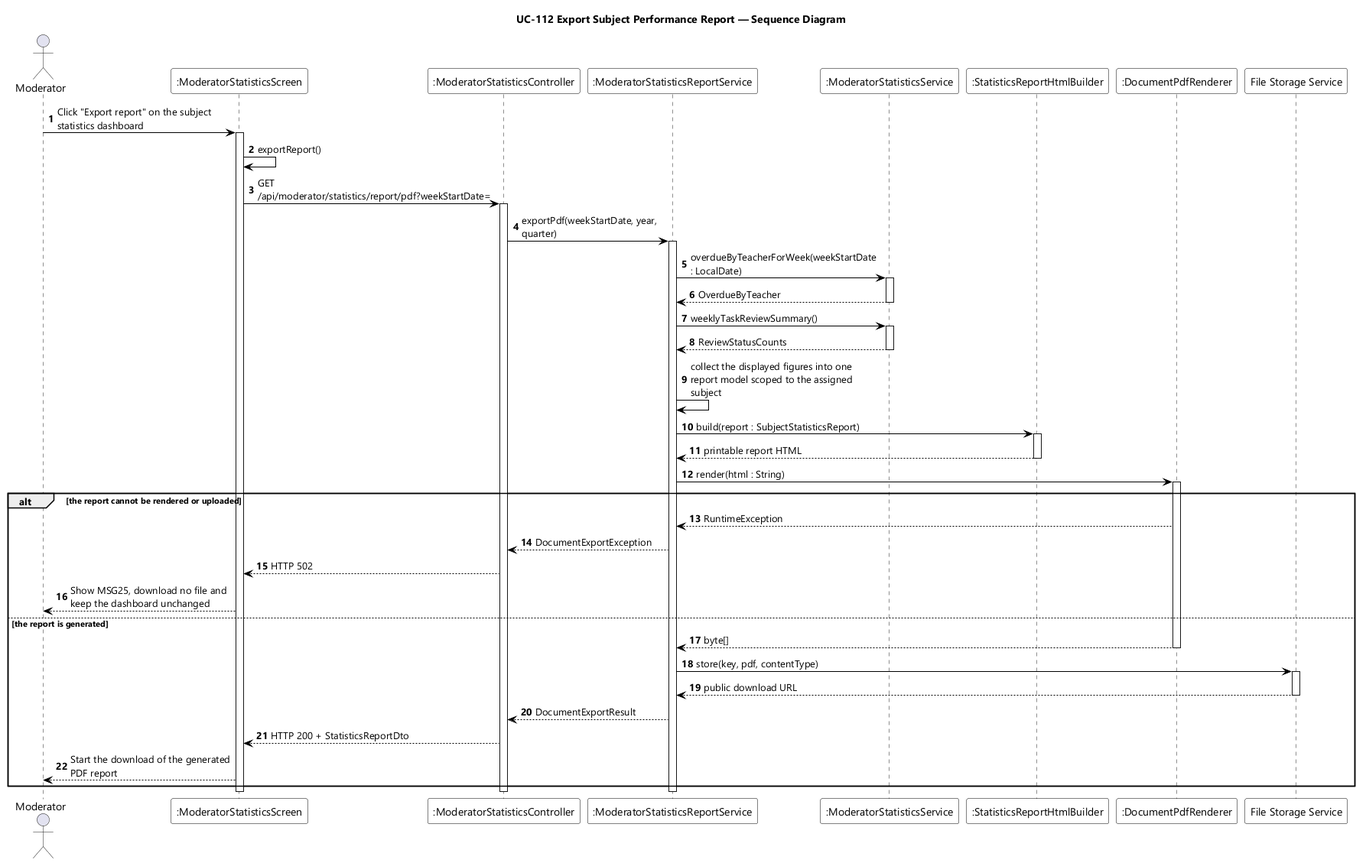
This is designs/sds-diagrams/uc112/uc112-sequence-diagram.png from EduA-system/EduA-system, a PlantUML export, as it was before one commit.
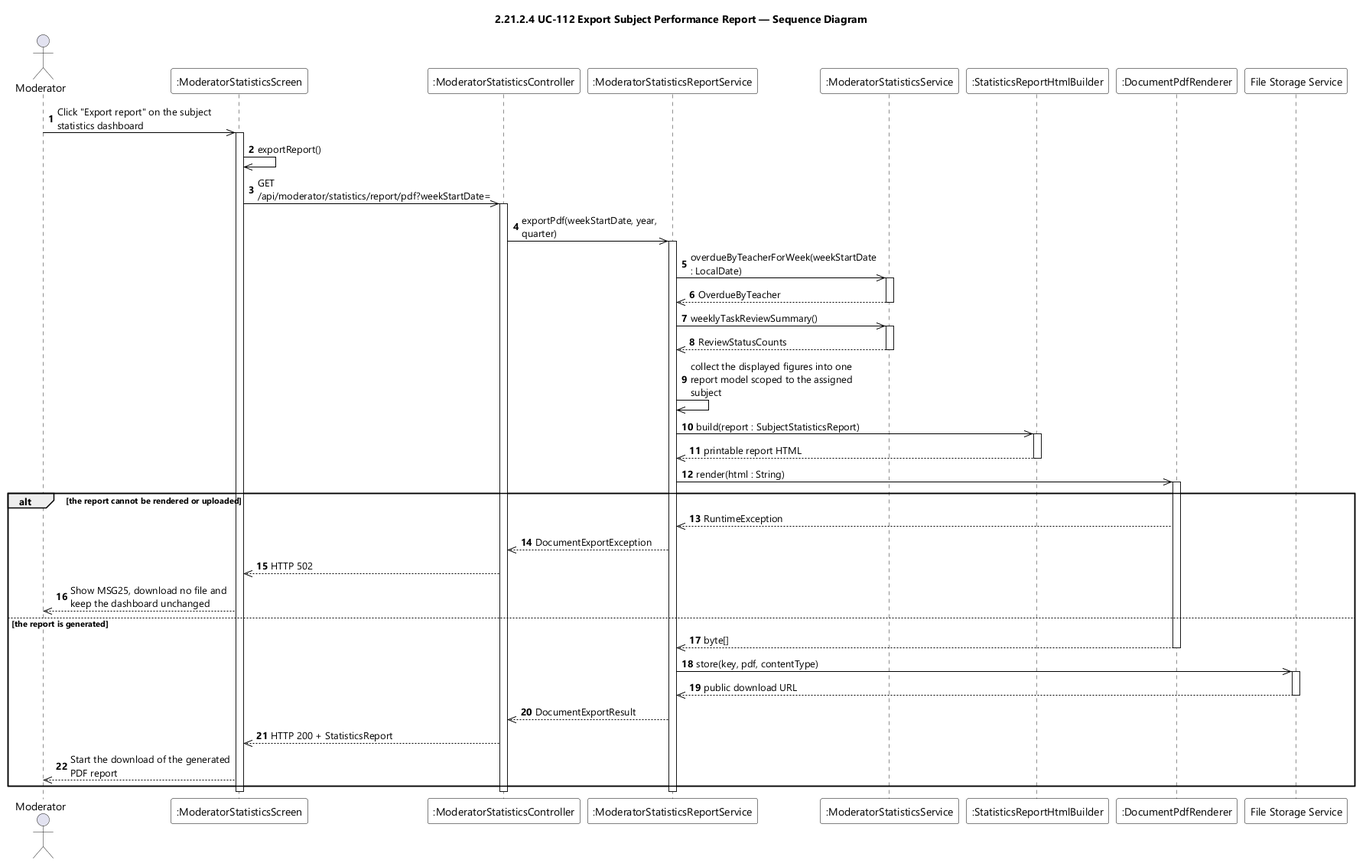
Later version of the same file.

The edit, as a diff of the source:
```diff
@@ -9,7 +9,7 @@
 skinparam ArrowColor #000000
 skinparam sequenceMessageAlign left
 skinparam maxMessageSize 220
-title UC-112 Export Subject Performance Report — Sequence Diagram
+title 2.21.2.4 UC-112 Export Subject Performance Report — Sequence Diagram
 
 actor Moderator
 participant ":ModeratorStatisticsScreen" as UI
@@ -21,44 +21,44 @@
 participant "File Storage Service" as STORE
 
 autonumber
-Moderator -> UI : Click "Export report" on the subject statistics dashboard
+Moderator ->> UI : Click "Export report" on the subject statistics dashboard
 activate UI
-UI -> UI : exportReport()
-UI -> CTL : GET /api/moderator/statistics/report/pdf?weekStartDate=
+UI ->> UI : exportReport()
+UI ->> CTL : GET /api/moderator/statistics/report/pdf?weekStartDate=
 activate CTL
-CTL -> RSVC : exportPdf(weekStartDate, year, quarter)
+CTL ->> RSVC : exportPdf(weekStartDate, year, quarter)
 activate RSVC
-RSVC -> SVC : overdueByTeacherForWeek(weekStartDate : LocalDate)
+RSVC ->> SVC : overdueByTeacherForWeek(weekStartDate : LocalDate)
 activate SVC
-SVC --> RSVC : OverdueByTeacher
+SVC -->> RSVC : OverdueByTeacher
 deactivate SVC
-RSVC -> SVC : weeklyTaskReviewSummary()
+RSVC ->> SVC : weeklyTaskReviewSummary()
 activate SVC
-SVC --> RSVC : ReviewStatusCounts
+SVC -->> RSVC : ReviewStatusCounts
 deactivate SVC
-RSVC -> RSVC : collect the displayed figures into one report model scoped to the assigned subject
-RSVC -> HTMLB : build(report : SubjectStatisticsReport)
+RSVC ->> RSVC : collect the displayed figures into one report model scoped to the assigned subject
+RSVC ->> HTMLB : build(report : SubjectStatisticsReport)
 activate HTMLB
-HTMLB --> RSVC : printable report HTML
+HTMLB -->> RSVC : printable report HTML
 deactivate HTMLB
-RSVC -> PDF : render(html : String)
+RSVC ->> PDF : render(html : String)
 activate PDF
 
 alt the report cannot be rendered or uploaded
-  PDF --> RSVC : RuntimeException
-  RSVC --> CTL : DocumentExportException
-  CTL --> UI : HTTP 502
-  UI --> Moderator : Show MSG25, download no file and keep the dashboard unchanged
+  PDF -->> RSVC : RuntimeException
+  RSVC -->> CTL : DocumentExportException
+  CTL -->> UI : HTTP 502
+  UI -->> Moderator : Show MSG25, download no file and keep the dashboard unchanged
 else the report is generated
-  PDF --> RSVC : byte[]
+  PDF -->> RSVC : byte[]
   deactivate PDF
-  RSVC -> STORE : store(key, pdf, contentType)
+  RSVC ->> STORE : store(key, pdf, contentType)
   activate STORE
-  STORE --> RSVC : public download URL
+  STORE -->> RSVC : public download URL
   deactivate STORE
-  RSVC --> CTL : DocumentExportResult
-  CTL --> UI : HTTP 200 + StatisticsReportDto
-  UI --> Moderator : Start the download of the generated PDF report
+  RSVC -->> CTL : DocumentExportResult
+  CTL -->> UI : HTTP 200 + StatisticsReport
+  UI -->> Moderator : Start the download of the generated PDF report
 end
 deactivate RSVC
 deactivate CTL
```
